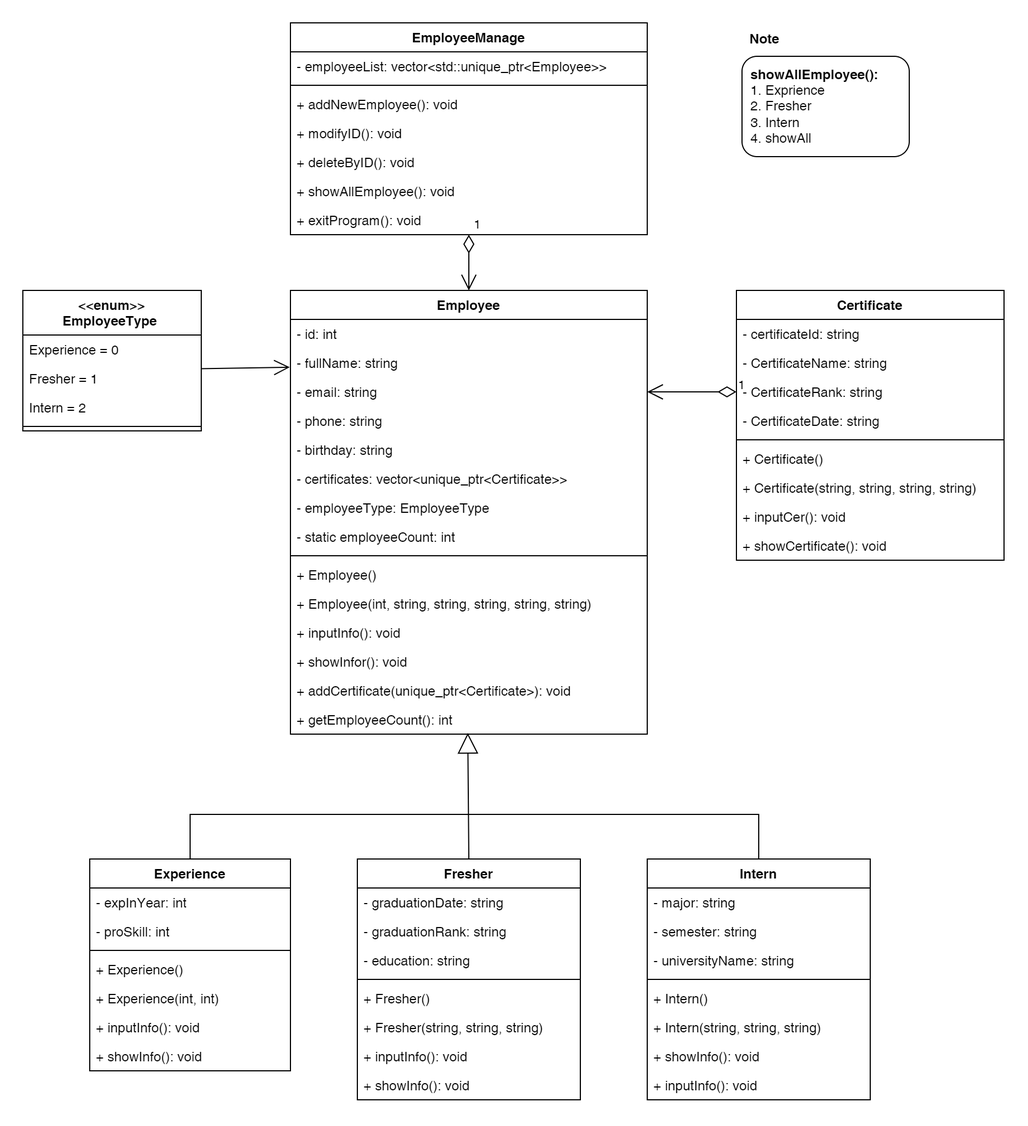
This is 13_Employee_Manage/docs/classDiagram.png from thanhetebkdn/object_orient_programming, a draw.io export, as it was before one commit. Source tidied: cells renumbered, new cells last; positions are measured from the earlier drawing's top-left corner, leaving out a move shared by most shapes.
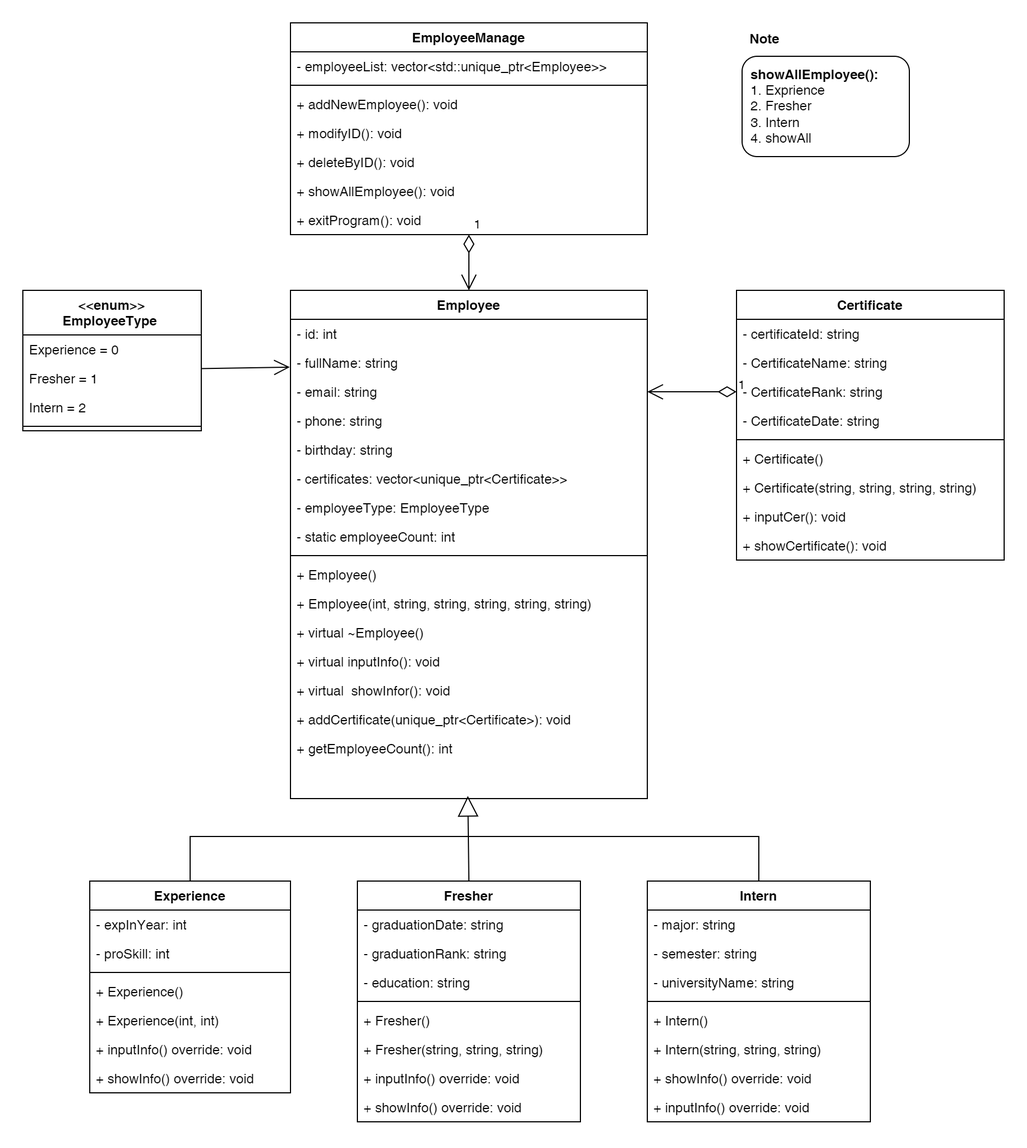
After the commit.

What changed in the source:
```diff
@@ -3,7 +3,7 @@
     <mxCell id="0" />
     <mxCell id="1" parent="0" />
     <mxCell id="2" value="Employee" style="swimlane;fontStyle=1;align=center;verticalAlign=top;horizontal=1;startSize=26;whiteSpace=wrap;html=1;" parent="1" vertex="1">
-      <mxGeometry x="240" y="240" width="320" height="398" as="geometry" />
+      <mxGeometry x="240" y="240" width="320" height="456" as="geometry" />
     </mxCell>
     <mxCell id="3" value="- id: int" style="text;strokeColor=none;fillColor=none;align=left;verticalAlign=top;spacingLeft=4;spacingRight=4;overflow=hidden;whiteSpace=wrap;html=1;" parent="2" vertex="1">
       <mxGeometry y="26" width="320" height="26" as="geometry" />
@@ -38,20 +38,23 @@
     <mxCell id="13" value="+ Employee(int, string, string, string, string, string)" style="text;strokeColor=none;fillColor=none;align=left;verticalAlign=top;spacingLeft=4;spacingRight=4;overflow=hidden;whiteSpace=wrap;html=1;" parent="2" vertex="1">
       <mxGeometry y="268" width="320" height="26" as="geometry" />
     </mxCell>
+    <mxCell id="74" value="+ virtual ~Employee()" style="text;strokeColor=none;fillColor=none;align=left;verticalAlign=top;spacingLeft=4;spacingRight=4;overflow=hidden;whiteSpace=wrap;html=1;" parent="2" vertex="1">
+      <mxGeometry y="294" width="320" height="26" as="geometry" />
+    </mxCell>
-    <mxCell id="14" value="+ inputInfo(): void " style="text;strokeColor=none;fillColor=none;align=left;verticalAlign=top;spacingLeft=4;spacingRight=4;overflow=hidden;whiteSpace=wrap;html=1;" parent="2" vertex="1">
-      <mxGeometry y="294" width="320" height="26" as="geometry" />
+    <mxCell id="14" value="+ virtual inputInfo(): void " style="text;strokeColor=none;fillColor=none;align=left;verticalAlign=top;spacingLeft=4;spacingRight=4;overflow=hidden;whiteSpace=wrap;html=1;" parent="2" vertex="1">
+      <mxGeometry y="320" width="320" height="26" as="geometry" />
     </mxCell>
-    <mxCell id="15" value="+ showInfor(): void" style="text;strokeColor=none;fillColor=none;align=left;verticalAlign=top;spacingLeft=4;spacingRight=4;overflow=hidden;whiteSpace=wrap;html=1;" parent="2" vertex="1">
-      <mxGeometry y="320" width="320" height="26" as="geometry" />
+    <mxCell id="15" value="+ virtual&amp;nbsp; showInfor(): void" style="text;strokeColor=none;fillColor=none;align=left;verticalAlign=top;spacingLeft=4;spacingRight=4;overflow=hidden;whiteSpace=wrap;html=1;" parent="2" vertex="1">
+      <mxGeometry y="346" width="320" height="26" as="geometry" />
     </mxCell>
     <mxCell id="16" value="+ addCertificate(unique_ptr&amp;lt;Certificate&amp;gt;): void" style="text;strokeColor=none;fillColor=none;align=left;verticalAlign=top;spacingLeft=4;spacingRight=4;overflow=hidden;whiteSpace=wrap;html=1;" parent="2" vertex="1">
-      <mxGeometry y="346" width="320" height="26" as="geometry" />
+      <mxGeometry y="372" width="320" height="26" as="geometry" />
     </mxCell>
     <mxCell id="17" value="+ getEmployeeCount(): int" style="text;strokeColor=none;fillColor=none;align=left;verticalAlign=top;spacingLeft=4;spacingRight=4;overflow=hidden;points=[[0,0.5],[1,0.5]];portConstraint=eastwest;whiteSpace=wrap;html=1;" parent="2" vertex="1">
-      <mxGeometry y="372" width="320" height="26" as="geometry" />
+      <mxGeometry y="398" width="320" height="58" as="geometry" />
     </mxCell>
     <mxCell id="18" value="Experience" style="swimlane;fontStyle=1;align=center;verticalAlign=top;horizontal=1;startSize=26;whiteSpace=wrap;html=1;" parent="1" vertex="1">
-      <mxGeometry x="60" y="750" width="180" height="190" as="geometry" />
+      <mxGeometry x="60" y="770" width="180" height="190" as="geometry" />
     </mxCell>
     <mxCell id="19" value="-&amp;nbsp;expInYear: int" style="text;strokeColor=none;fillColor=none;align=left;verticalAlign=top;spacingLeft=4;spacingRight=4;overflow=hidden;whiteSpace=wrap;html=1;" parent="18" vertex="1">
       <mxGeometry y="26" width="180" height="26" as="geometry" />
@@ -68,14 +71,14 @@
     <mxCell id="23" value="+ Experience(int, int) " style="text;strokeColor=none;fillColor=none;align=left;verticalAlign=top;spacingLeft=4;spacingRight=4;overflow=hidden;whiteSpace=wrap;html=1;" parent="18" vertex="1">
       <mxGeometry y="112" width="180" height="26" as="geometry" />
     </mxCell>
-    <mxCell id="24" value="+ inputInfo(): void " style="text;strokeColor=none;fillColor=none;align=left;verticalAlign=top;spacingLeft=4;spacingRight=4;overflow=hidden;whiteSpace=wrap;html=1;" parent="18" vertex="1">
+    <mxCell id="24" value="+ inputInfo() override: void " style="text;strokeColor=none;fillColor=none;align=left;verticalAlign=top;spacingLeft=4;spacingRight=4;overflow=hidden;whiteSpace=wrap;html=1;" parent="18" vertex="1">
       <mxGeometry y="138" width="180" height="26" as="geometry" />
     </mxCell>
-    <mxCell id="25" value="+ showInfo(): void   " style="text;strokeColor=none;fillColor=none;align=left;verticalAlign=top;spacingLeft=4;spacingRight=4;overflow=hidden;whiteSpace=wrap;html=1;" parent="18" vertex="1">
+    <mxCell id="25" value="+ showInfo() override: void   " style="text;strokeColor=none;fillColor=none;align=left;verticalAlign=top;spacingLeft=4;spacingRight=4;overflow=hidden;whiteSpace=wrap;html=1;" parent="18" vertex="1">
       <mxGeometry y="164" width="180" height="26" as="geometry" />
     </mxCell>
     <mxCell id="26" value="Fresher" style="swimlane;fontStyle=1;align=center;verticalAlign=top;horizontal=1;startSize=26;whiteSpace=wrap;html=1;" parent="1" vertex="1">
-      <mxGeometry x="300" y="750" width="200" height="216" as="geometry" />
+      <mxGeometry x="300" y="770" width="200" height="216" as="geometry" />
     </mxCell>
     <mxCell id="27" value="-&amp;nbsp;graduationDate: string" style="text;strokeColor=none;fillColor=none;align=left;verticalAlign=top;spacingLeft=4;spacingRight=4;overflow=hidden;whiteSpace=wrap;html=1;" parent="26" vertex="1">
       <mxGeometry y="26" width="200" height="26" as="geometry" />
@@ -95,14 +98,14 @@
     <mxCell id="32" value="+ Fresher(string, string, string) " style="text;strokeColor=none;fillColor=none;align=left;verticalAlign=top;spacingLeft=4;spacingRight=4;overflow=hidden;whiteSpace=wrap;html=1;" parent="26" vertex="1">
       <mxGeometry y="138" width="200" height="26" as="geometry" />
     </mxCell>
-    <mxCell id="33" value="+ inputInfo(): void " style="text;strokeColor=none;fillColor=none;align=left;verticalAlign=top;spacingLeft=4;spacingRight=4;overflow=hidden;whiteSpace=wrap;html=1;" parent="26" vertex="1">
+    <mxCell id="33" value="+ inputInfo() override: void " style="text;strokeColor=none;fillColor=none;align=left;verticalAlign=top;spacingLeft=4;spacingRight=4;overflow=hidden;whiteSpace=wrap;html=1;" parent="26" vertex="1">
       <mxGeometry y="164" width="200" height="26" as="geometry" />
     </mxCell>
-    <mxCell id="34" value="+ showInfo(): void   " style="text;strokeColor=none;fillColor=none;align=left;verticalAlign=top;spacingLeft=4;spacingRight=4;overflow=hidden;whiteSpace=wrap;html=1;" parent="26" vertex="1">
+    <mxCell id="34" value="+ showInfo() override: void   " style="text;strokeColor=none;fillColor=none;align=left;verticalAlign=top;spacingLeft=4;spacingRight=4;overflow=hidden;whiteSpace=wrap;html=1;" parent="26" vertex="1">
       <mxGeometry y="190" width="200" height="26" as="geometry" />
     </mxCell>
     <mxCell id="35" value="Intern" style="swimlane;fontStyle=1;align=center;verticalAlign=top;horizontal=1;startSize=26;whiteSpace=wrap;html=1;" parent="1" vertex="1">
-      <mxGeometry x="560" y="750" width="200" height="216" as="geometry" />
+      <mxGeometry x="560" y="770" width="200" height="216" as="geometry" />
     </mxCell>
     <mxCell id="36" value="- major: string" style="text;strokeColor=none;fillColor=none;align=left;verticalAlign=top;spacingLeft=4;spacingRight=4;overflow=hidden;whiteSpace=wrap;html=1;" parent="35" vertex="1">
       <mxGeometry y="26" width="200" height="26" as="geometry" />
@@ -122,10 +125,10 @@
     <mxCell id="41" value="+ Intern(string, string, string) " style="text;strokeColor=none;fillColor=none;align=left;verticalAlign=top;spacingLeft=4;spacingRight=4;overflow=hidden;whiteSpace=wrap;html=1;" parent="35" vertex="1">
       <mxGeometry y="138" width="200" height="26" as="geometry" />
     </mxCell>
-    <mxCell id="42" value="+ showInfo(): void   " style="text;strokeColor=none;fillColor=none;align=left;verticalAlign=top;spacingLeft=4;spacingRight=4;overflow=hidden;whiteSpace=wrap;html=1;" parent="35" vertex="1">
+    <mxCell id="42" value="+ showInfo() override: void   " style="text;strokeColor=none;fillColor=none;align=left;verticalAlign=top;spacingLeft=4;spacingRight=4;overflow=hidden;whiteSpace=wrap;html=1;" parent="35" vertex="1">
       <mxGeometry y="164" width="200" height="26" as="geometry" />
     </mxCell>
-    <mxCell id="43" value="+ inputInfo(): void " style="text;strokeColor=none;fillColor=none;align=left;verticalAlign=top;spacingLeft=4;spacingRight=4;overflow=hidden;whiteSpace=wrap;html=1;" parent="35" vertex="1">
+    <mxCell id="43" value="+ inputInfo() override: void " style="text;strokeColor=none;fillColor=none;align=left;verticalAlign=top;spacingLeft=4;spacingRight=4;overflow=hidden;whiteSpace=wrap;html=1;" parent="35" vertex="1">
       <mxGeometry y="190" width="200" height="26" as="geometry" />
     </mxCell>
     <mxCell id="44" value="Certificate" style="swimlane;fontStyle=1;align=center;verticalAlign=top;horizontal=1;startSize=26;whiteSpace=wrap;html=1;" parent="1" vertex="1">
@@ -164,8 +167,8 @@
     <mxCell id="55" style="endArrow=none;html=1;rounded=0;exitX=0.5;exitY=0;exitDx=0;exitDy=0;entryX=0.5;entryY=0;entryDx=0;entryDy=0;" parent="1" edge="1" source="18" target="35">
       <mxGeometry relative="1" as="geometry">
         <Array as="points">
-          <mxPoint x="150" y="710" />
-          <mxPoint x="660" y="710" />
+          <mxPoint x="150" y="730" />
+          <mxPoint x="660" y="730" />
         </Array>
       </mxGeometry>
     </mxCell>
```
